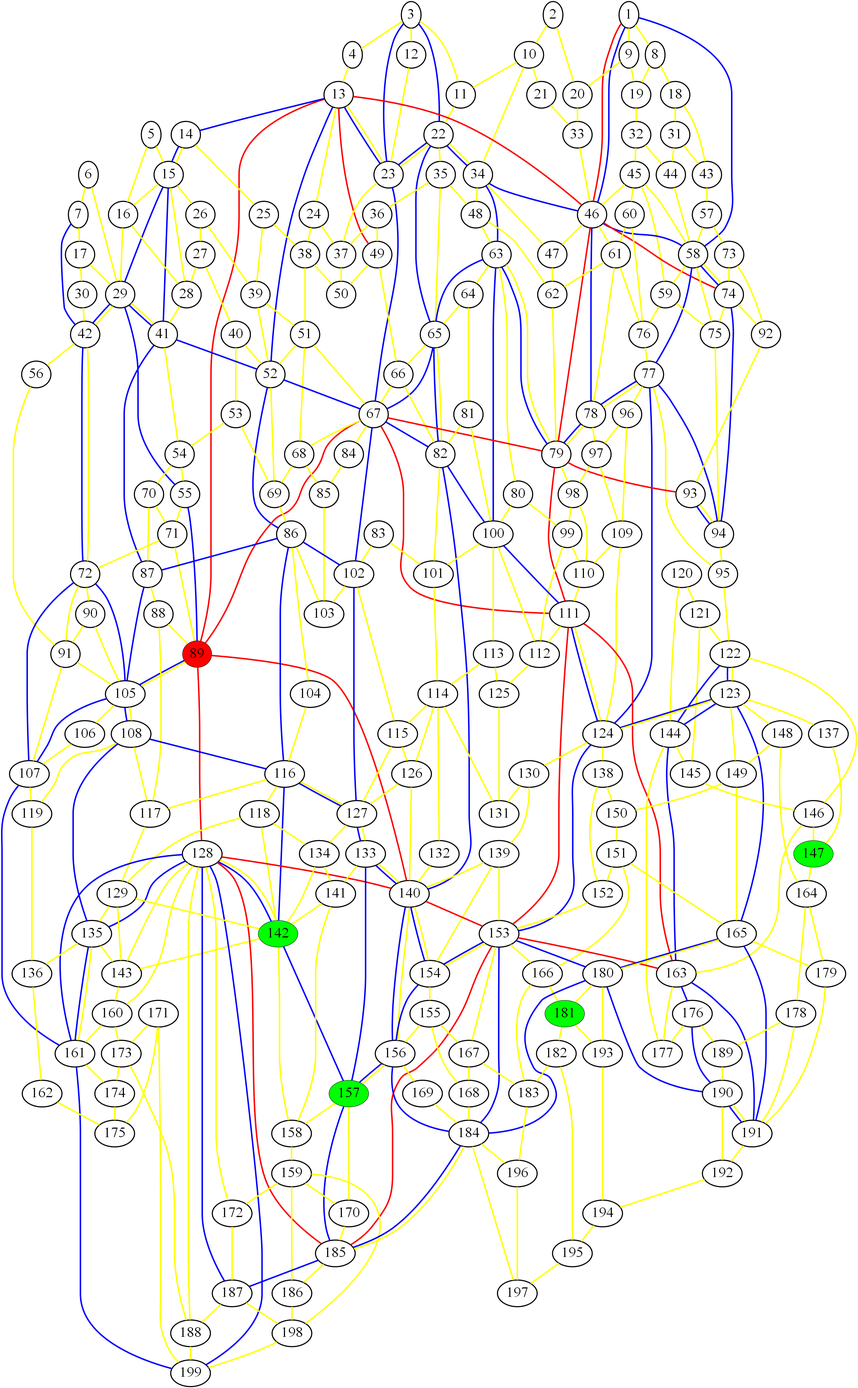
This is graph_11.png from ed-churchill/complex-systems-project, a Graphviz export, as it was before one commit. Its source is kept beside it as graph_11.gv.
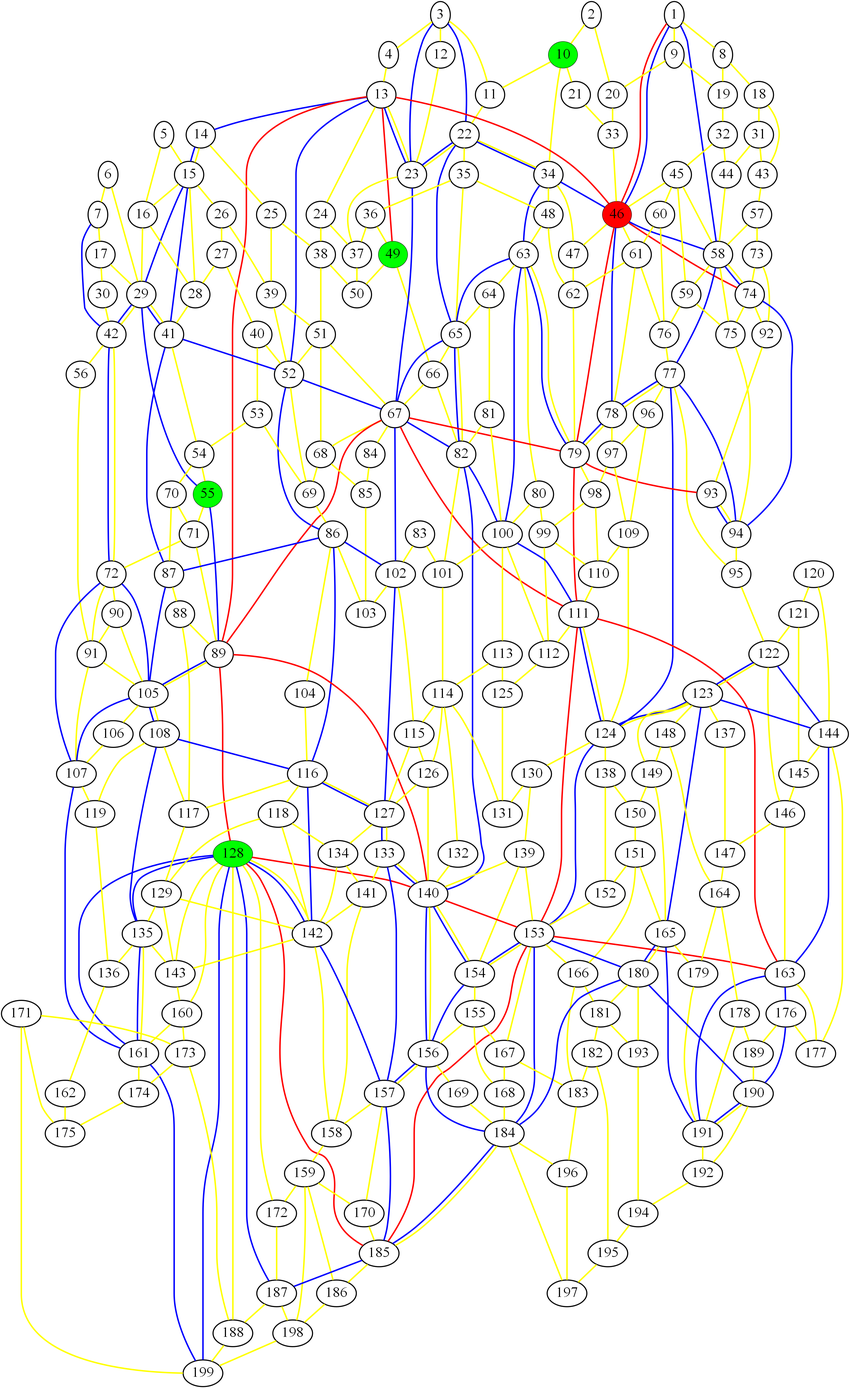
After the change.

The edit, as a diff of the source:
```diff
@@ -1,9 +1,9 @@
 graph london_graph {
-89 [fillcolor=red, fontsize=40, pendwidth=3, style=filled];
-142 [fillcolor=green, fontsize=40, pendwidth=3, style=filled];
-147 [fillcolor=green, fontsize=40, pendwidth=3, style=filled];
-181 [fillcolor=green, fontsize=40, pendwidth=3, style=filled];
-157 [fillcolor=green, fontsize=40, pendwidth=3, style=filled];
+46 [fillcolor=red, fontsize=40, pendwidth=3, style=filled];
+55 [fillcolor=green, fontsize=40, pendwidth=3, style=filled];
+10 [fillcolor=green, fontsize=40, pendwidth=3, style=filled];
+128 [fillcolor=green, fontsize=40, pendwidth=3, style=filled];
+49 [fillcolor=green, fontsize=40, pendwidth=3, style=filled];
 1 [fontsize=40, penwidth=3];
 2 [fontsize=40, penwidth=3];
 3 [fontsize=40, penwidth=3];
@@ -13,7 +13,6 @@
 7 [fontsize=40, penwidth=3];
 8 [fontsize=40, penwidth=3];
 9 [fontsize=40, penwidth=3];
-10 [fontsize=40, penwidth=3];
 11 [fontsize=40, penwidth=3];
 12 [fontsize=40, penwidth=3];
 13 [fontsize=40, penwidth=3];
@@ -49,16 +48,13 @@
 43 [fontsize=40, penwidth=3];
 44 [fontsize=40, penwidth=3];
 45 [fontsize=40, penwidth=3];
-46 [fontsize=40, penwidth=3];
 47 [fontsize=40, penwidth=3];
 48 [fontsize=40, penwidth=3];
-49 [fontsize=40, penwidth=3];
 50 [fontsize=40, penwidth=3];
 51 [fontsize=40, penwidth=3];
 52 [fontsize=40, penwidth=3];
 53 [fontsize=40, penwidth=3];
 54 [fontsize=40, penwidth=3];
-55 [fontsize=40, penwidth=3];
 56 [fontsize=40, penwidth=3];
 57 [fontsize=40, penwidth=3];
 58 [fontsize=40, penwidth=3];
@@ -92,6 +88,7 @@
 86 [fontsize=40, penwidth=3];
 87 [fontsize=40, penwidth=3];
 88 [fontsize=40, penwidth=3];
+89 [fontsize=40, penwidth=3];
 90 [fontsize=40, penwidth=3];
 91 [fontsize=40, penwidth=3];
 92 [fontsize=40, penwidth=3];
@@ -130,7 +127,6 @@
 125 [fontsize=40, penwidth=3];
 126 [fontsize=40, penwidth=3];
 127 [fontsize=40, penwidth=3];
-128 [fontsize=40, penwidth=3];
 129 [fontsize=40, penwidth=3];
 130 [fontsize=40, penwidth=3];
 131 [fontsize=40, penwidth=3];
@@ -144,10 +140,12 @@
 139 [fontsize=40, penwidth=3];
 140 [fontsize=40, penwidth=3];
 141 [fontsize=40, penwidth=3];
+142 [fontsize=40, penwidth=3];
 143 [fontsize=40, penwidth=3];
 144 [fontsize=40, penwidth=3];
 145 [fontsize=40, penwidth=3];
 146 [fontsize=40, penwidth=3];
+147 [fontsize=40, penwidth=3];
 148 [fontsize=40, penwidth=3];
 149 [fontsize=40, penwidth=3];
 150 [fontsize=40, penwidth=3];
@@ -157,6 +155,7 @@
 154 [fontsize=40, penwidth=3];
 155 [fontsize=40, penwidth=3];
 156 [fontsize=40, penwidth=3];
+157 [fontsize=40, penwidth=3];
 158 [fontsize=40, penwidth=3];
 159 [fontsize=40, penwidth=3];
 160 [fontsize=40, penwidth=3];
@@ -180,6 +179,7 @@
 178 [fontsize=40, penwidth=3];
 179 [fontsize=40, penwidth=3];
 180 [fontsize=40, penwidth=3];
+181 [fontsize=40, penwidth=3];
 182 [fontsize=40, penwidth=3];
 183 [fontsize=40, penwidth=3];
 184 [fontsize=40, penwidth=3];
```
